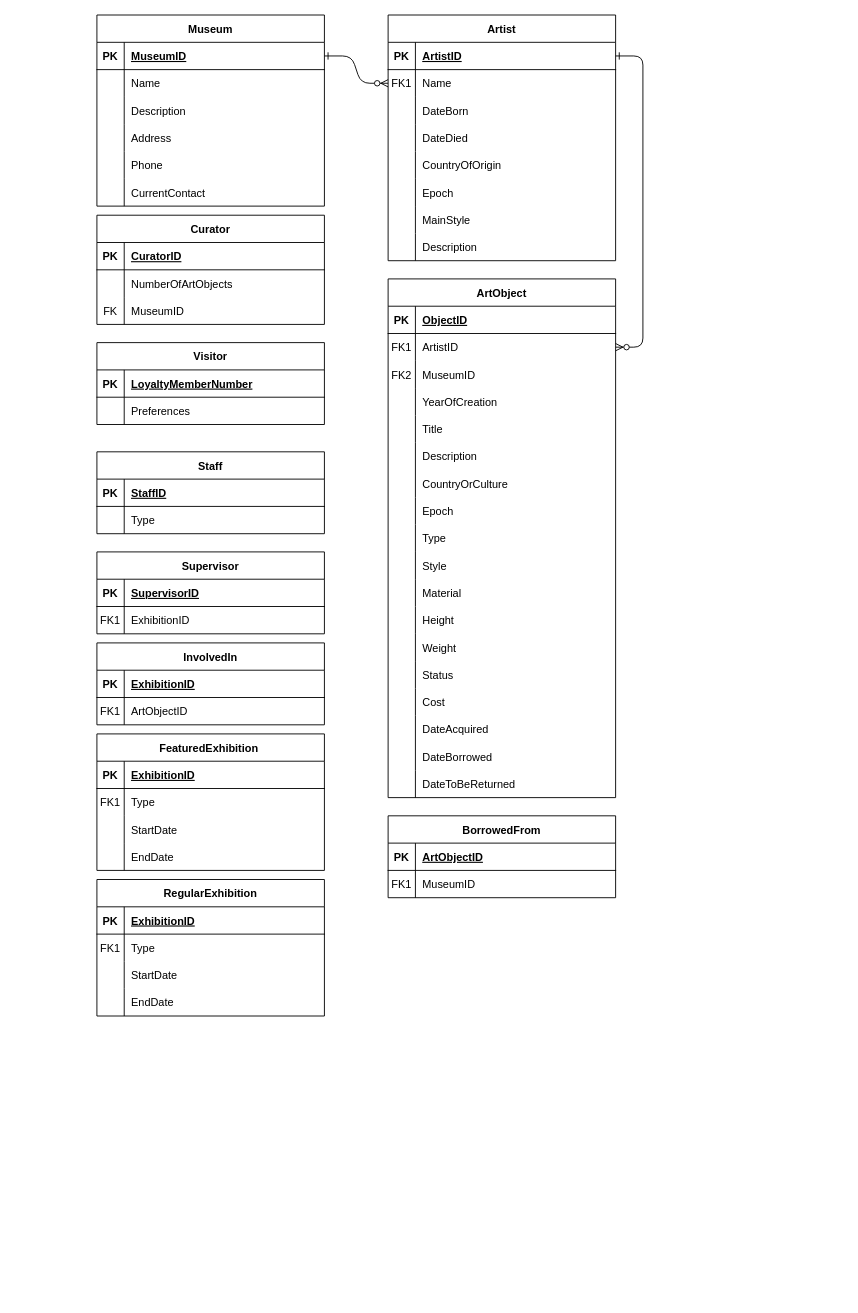
This is 未命名绘图.drawio from QingyangZeng-121/dat, a draw.io file, before an edit. Source tidied: cells renumbered, new cells numbered last; positions are measured from the earlier drawing's top-left corner, leaving out a move shared by most shapes. Both pictures are drawn from the tidied source at 91%, with x=0, y=0 at pixel (96, 15).
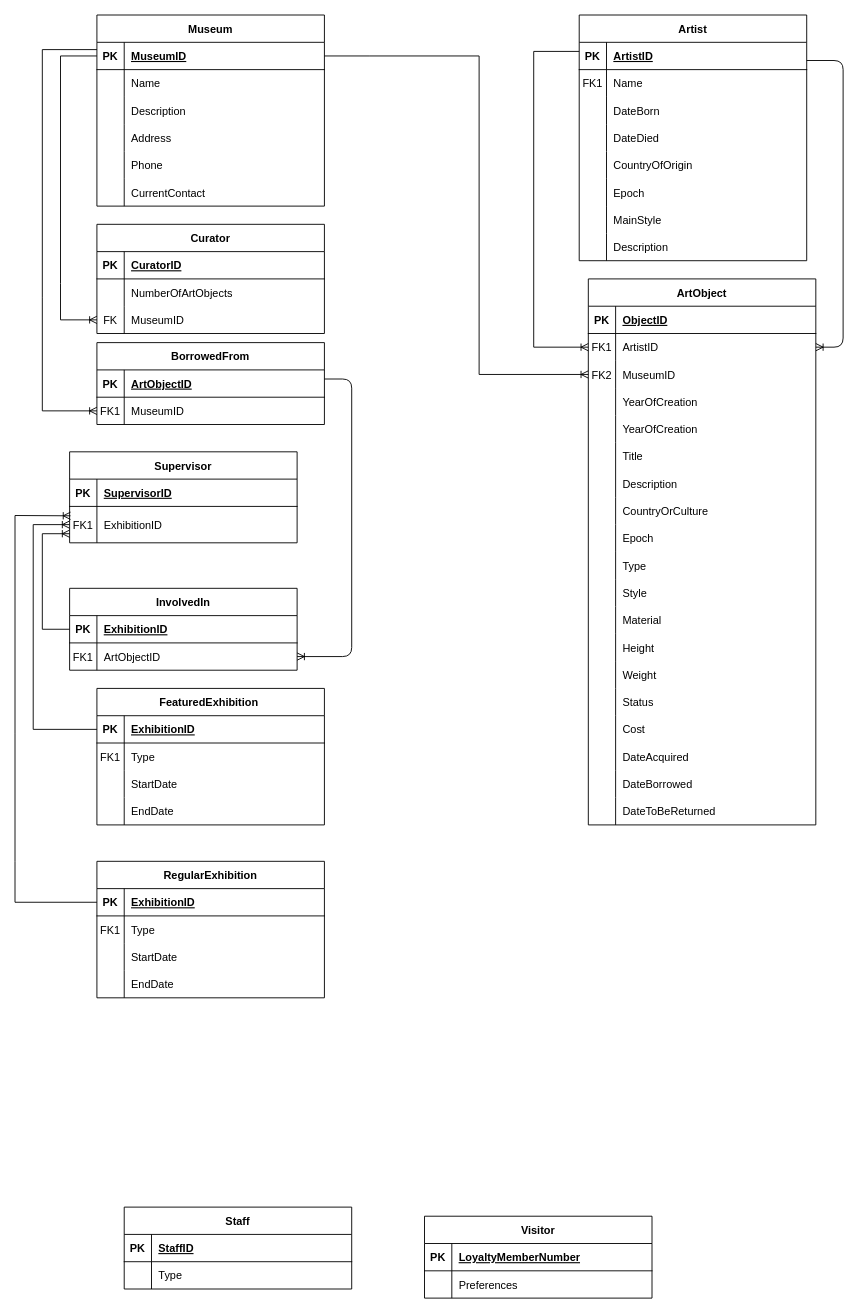
The same diagram, later.

Commit message:
更新未命名绘图.drawio

Unchanged cells that the change refers to:
```xml
<mxCell id="5" style="shape=partialRectangle;fillColor=none;points=[[0,0.5],[1,0.5]];portConstraint=eastwest;top=0;left=0;right=0;bottom=1;" parent="4" vertex="1">
  <mxGeometry y="30" width="250" height="30" as="geometry" />
</mxCell>
<mxCell id="8" style="shape=partialRectangle;fillColor=none;points=[[0,0.5],[1,0.5]];portConstraint=eastwest;top=0;left=0;right=0;bottom=0;" parent="4" vertex="1">
  <mxGeometry y="60" width="250" height="30" as="geometry" />
</mxCell>
<mxCell id="33" style="shape=partialRectangle;fillColor=none;points=[[0,0.5],[1,0.5]];portConstraint=eastwest;top=0;left=0;right=0;bottom=0;" parent="29" vertex="1">
  <mxGeometry y="60" width="250" height="30" as="geometry" />
</mxCell>
<mxCell id="36" style="shape=partialRectangle;fillColor=none;points=[[0,0.5],[1,0.5]];portConstraint=eastwest;top=0;left=0;right=0;bottom=0;" parent="29" vertex="1">
  <mxGeometry y="90" width="250" height="30" as="geometry" />
</mxCell>
<mxCell id="85" style="shape=partialRectangle;fillColor=none;points=[[0,0.5],[1,0.5]];portConstraint=eastwest;top=0;left=0;right=0;bottom=1;" parent="84" vertex="1">
  <mxGeometry y="30" width="250" height="30" as="geometry" />
</mxCell>
<mxCell id="110" style="shape=partialRectangle;fillColor=none;points=[[0,0.5],[1,0.5]];portConstraint=eastwest;top=0;left=0;right=0;bottom=0;" parent="103" vertex="1">
  <mxGeometry y="90" width="250" height="30" as="geometry" />
</mxCell>
<mxCell id="135" style="shape=partialRectangle;fillColor=none;points=[[0,0.5],[1,0.5]];portConstraint=eastwest;top=0;left=0;right=0;bottom=1;" parent="134" vertex="1">
  <mxGeometry y="30" width="250" height="30" as="geometry" />
</mxCell>
<mxCell id="138" style="shape=partialRectangle;fillColor=none;points=[[0,0.5],[1,0.5]];portConstraint=eastwest;top=0;left=0;right=0;bottom=0;" parent="134" vertex="1">
  <mxGeometry y="60" width="250" height="30" as="geometry" />
</mxCell>
<mxCell id="142" style="shape=partialRectangle;fillColor=none;points=[[0,0.5],[1,0.5]];portConstraint=eastwest;top=0;left=0;right=0;bottom=1;" parent="141" vertex="1">
  <mxGeometry y="30" width="250" height="30" as="geometry" />
</mxCell>
<mxCell id="155" style="shape=partialRectangle;fillColor=none;points=[[0,0.5],[1,0.5]];portConstraint=eastwest;top=0;left=0;right=0;bottom=1;" parent="154" vertex="1">
  <mxGeometry y="30" width="250" height="30" as="geometry" />
</mxCell>
<mxCell id="171" style="shape=partialRectangle;fillColor=none;points=[[0,0.5],[1,0.5]];portConstraint=eastwest;top=0;left=0;right=0;bottom=0;" parent="167" vertex="1">
  <mxGeometry y="60" width="250" height="30" as="geometry" />
</mxCell>
```

Diff of the diagram source:
```diff
@@
-    <mxCell id="2" style="edgeStyle=entityRelationEdgeStyle;endArrow=ERzeroToMany;startArrow=ERone;endFill=1;startFill=0;" parent="1" edge="1" source="85" target="8">
-      <mxGeometry relative="1" as="geometry" />
-    </mxCell>
-    <mxCell id="3" style="edgeStyle=entityRelationEdgeStyle;endArrow=ERzeroToMany;startArrow=ERone;endFill=1;startFill=0;" parent="1" edge="1" source="5" target="33">
-      <mxGeometry relative="1" as="geometry" />
-    </mxCell>
     <mxCell id="4" value="Artist" style="shape=table;startSize=30;childLayout=tableLayout;rowLines=0;fontStyle=1;align=center;" parent="1" vertex="1">
-      <mxGeometry x="320" width="250" height="270" as="geometry" />
+      <mxGeometry x="530" width="250" height="270" as="geometry" />
     </mxCell>
@@
     <mxCell id="29" value="ArtObject" style="shape=table;startSize=30;childLayout=tableLayout;rowLines=0;fontStyle=1;align=center;" parent="1" vertex="1">
-      <mxGeometry x="320" y="290" width="250" height="570" as="geometry" />
+      <mxGeometry x="540" y="290" width="250" height="600" as="geometry" />
     </mxCell>
@@
+    <mxCell id="174" style="shape=partialRectangle;fillColor=none;top=0;left=0;right=0;bottom=0;" parent="29" vertex="1">
+      <mxGeometry y="150" width="250" height="30" as="geometry" />
+    </mxCell>
+    <mxCell id="175" style="shape=partialRectangle;overflow=hidden;fillColor=none;top=0;left=0;bottom=0;right=0;" parent="174" vertex="1">
+      <mxGeometry width="30" height="30" as="geometry" />
+    </mxCell>
+    <mxCell id="176" value="YearOfCreation " style="shape=partialRectangle;overflow=hidden;fillColor=none;top=0;left=0;bottom=0;right=0;align=left;spacingLeft=6;" parent="174" vertex="1">
+      <mxGeometry x="30" width="220" height="30" as="geometry" />
+    </mxCell>
     <mxCell id="42" style="shape=partialRectangle;fillColor=none;top=0;left=0;right=0;bottom=0;" parent="29" vertex="1">
-      <mxGeometry y="150" width="250" height="30" as="geometry" />
+      <mxGeometry y="180" width="250" height="30" as="geometry" />
     </mxCell>
@@
     <mxCell id="45" style="shape=partialRectangle;fillColor=none;top=0;left=0;right=0;bottom=0;" parent="29" vertex="1">
-      <mxGeometry y="180" width="250" height="30" as="geometry" />
+      <mxGeometry y="210" width="250" height="30" as="geometry" />
     </mxCell>
@@
     <mxCell id="48" style="shape=partialRectangle;fillColor=none;top=0;left=0;right=0;bottom=0;" parent="29" vertex="1">
-      <mxGeometry y="210" width="250" height="30" as="geometry" />
+      <mxGeometry y="240" width="250" height="30" as="geometry" />
     </mxCell>
@@
     <mxCell id="51" style="shape=partialRectangle;fillColor=none;top=0;left=0;right=0;bottom=0;" parent="29" vertex="1">
-      <mxGeometry y="240" width="250" height="30" as="geometry" />
+      <mxGeometry y="270" width="250" height="30" as="geometry" />
     </mxCell>
@@
     <mxCell id="54" style="shape=partialRectangle;fillColor=none;top=0;left=0;right=0;bottom=0;" parent="29" vertex="1">
-      <mxGeometry y="270" width="250" height="30" as="geometry" />
+      <mxGeometry y="300" width="250" height="30" as="geometry" />
     </mxCell>
@@
     <mxCell id="57" style="shape=partialRectangle;fillColor=none;top=0;left=0;right=0;bottom=0;" parent="29" vertex="1">
-      <mxGeometry y="300" width="250" height="30" as="geometry" />
+      <mxGeometry y="330" width="250" height="30" as="geometry" />
     </mxCell>
@@
     <mxCell id="60" style="shape=partialRectangle;fillColor=none;top=0;left=0;right=0;bottom=0;" parent="29" vertex="1">
-      <mxGeometry y="330" width="250" height="30" as="geometry" />
+      <mxGeometry y="360" width="250" height="30" as="geometry" />
     </mxCell>
@@
     <mxCell id="63" style="shape=partialRectangle;fillColor=none;top=0;left=0;right=0;bottom=0;" parent="29" vertex="1">
-      <mxGeometry y="360" width="250" height="30" as="geometry" />
+      <mxGeometry y="390" width="250" height="30" as="geometry" />
     </mxCell>
@@
     <mxCell id="66" style="shape=partialRectangle;fillColor=none;top=0;left=0;right=0;bottom=0;" parent="29" vertex="1">
-      <mxGeometry y="390" width="250" height="30" as="geometry" />
+      <mxGeometry y="420" width="250" height="30" as="geometry" />
     </mxCell>
@@
     <mxCell id="69" style="shape=partialRectangle;fillColor=none;top=0;left=0;right=0;bottom=0;" parent="29" vertex="1">
-      <mxGeometry y="420" width="250" height="30" as="geometry" />
+      <mxGeometry y="450" width="250" height="30" as="geometry" />
     </mxCell>
@@
     <mxCell id="72" style="shape=partialRectangle;fillColor=none;top=0;left=0;right=0;bottom=0;" parent="29" vertex="1">
-      <mxGeometry y="450" width="250" height="30" as="geometry" />
+      <mxGeometry y="480" width="250" height="30" as="geometry" />
     </mxCell>
@@
     <mxCell id="75" style="shape=partialRectangle;fillColor=none;top=0;left=0;right=0;bottom=0;" parent="29" vertex="1">
-      <mxGeometry y="480" width="250" height="30" as="geometry" />
+      <mxGeometry y="510" width="250" height="30" as="geometry" />
     </mxCell>
@@
     <mxCell id="78" style="shape=partialRectangle;fillColor=none;top=0;left=0;right=0;bottom=0;" parent="29" vertex="1">
-      <mxGeometry y="510" width="250" height="30" as="geometry" />
+      <mxGeometry y="540" width="250" height="30" as="geometry" />
     </mxCell>
@@
     <mxCell id="81" style="shape=partialRectangle;fillColor=none;top=0;left=0;right=0;bottom=0;" parent="29" vertex="1">
-      <mxGeometry y="540" width="250" height="30" as="geometry" />
+      <mxGeometry y="570" width="250" height="30" as="geometry" />
     </mxCell>
@@
     <mxCell id="103" value="Curator" style="shape=table;startSize=30;childLayout=tableLayout;rowLines=0;fontStyle=1;align=center;" parent="1" vertex="1">
-      <mxGeometry y="220" width="250" height="120" as="geometry" />
+      <mxGeometry y="230" width="250" height="120" as="geometry" />
     </mxCell>
@@
     <mxCell id="113" value="Visitor" style="shape=table;startSize=30;childLayout=tableLayout;rowLines=0;fontStyle=1;align=center;" parent="1" vertex="1">
-      <mxGeometry y="360" width="250" height="90" as="geometry" />
+      <mxGeometry x="360" y="1320" width="250" height="90" as="geometry" />
     </mxCell>
@@
     <mxCell id="120" value="Staff" style="shape=table;startSize=30;childLayout=tableLayout;rowLines=0;fontStyle=1;align=center;" parent="1" vertex="1">
-      <mxGeometry y="480" width="250" height="90" as="geometry" />
+      <mxGeometry x="30" y="1310" width="250" height="90" as="geometry" />
     </mxCell>
@@
     <mxCell id="127" value="Supervisor" style="shape=table;startSize=30;childLayout=tableLayout;rowLines=0;fontStyle=1;align=center;" parent="1" vertex="1">
-      <mxGeometry y="590" width="250" height="90" as="geometry" />
+      <mxGeometry x="-30" y="480" width="250" height="100" as="geometry" />
     </mxCell>
@@
     <mxCell id="131" style="shape=partialRectangle;fillColor=none;points=[[0,0.5],[1,0.5]];portConstraint=eastwest;top=0;left=0;right=0;bottom=0;" parent="127" vertex="1">
-      <mxGeometry y="60" width="250" height="30" as="geometry" />
+      <mxGeometry y="60" width="250" height="40" as="geometry" />
     </mxCell>
     <mxCell id="132" value="FK1" style="shape=partialRectangle;overflow=hidden;fillColor=none;top=0;left=0;bottom=0;right=0;" parent="131" vertex="1">
-      <mxGeometry width="30" height="30" as="geometry" />
+      <mxGeometry width="30" height="40" as="geometry" />
     </mxCell>
     <mxCell id="133" value="ExhibitionID" style="shape=partialRectangle;overflow=hidden;fillColor=none;top=0;left=0;bottom=0;right=0;align=left;spacingLeft=6;" parent="131" vertex="1">
-      <mxGeometry x="30" width="220" height="30" as="geometry" />
+      <mxGeometry x="30" width="220" height="40" as="geometry" />
     </mxCell>
     <mxCell id="134" value="InvolvedIn" style="shape=table;startSize=30;childLayout=tableLayout;rowLines=0;fontStyle=1;align=center;" parent="1" vertex="1">
-      <mxGeometry y="690" width="250" height="90" as="geometry" />
+      <mxGeometry x="-30" y="630" width="250" height="90" as="geometry" />
     </mxCell>
@@
     <mxCell id="141" value="FeaturedExhibition " style="shape=table;startSize=30;childLayout=tableLayout;rowLines=0;fontStyle=1;align=center;" parent="1" vertex="1">
-      <mxGeometry y="790" width="250" height="150" as="geometry" />
+      <mxGeometry y="740" width="250" height="150" as="geometry" />
     </mxCell>
@@
     <mxCell id="154" value="RegularExhibition" style="shape=table;startSize=30;childLayout=tableLayout;rowLines=0;fontStyle=1;align=center;" parent="1" vertex="1">
-      <mxGeometry y="950" width="250" height="150" as="geometry" />
+      <mxGeometry y="930" width="250" height="150" as="geometry" />
     </mxCell>
@@
     <mxCell id="167" value="BorrowedFrom" style="shape=table;startSize=30;childLayout=tableLayout;rowLines=0;fontStyle=1;align=center;" parent="1" vertex="1">
-      <mxGeometry x="320" y="880" width="250" height="90" as="geometry" />
+      <mxGeometry y="360" width="250" height="90" as="geometry" />
     </mxCell>
@@
+    <mxCell id="177" style="edgeStyle=entityRelationEdgeStyle;endArrow=ERoneToMany;startArrow=none;endFill=0;startFill=0;" parent="1" edge="1" target="33">
+      <mxGeometry relative="1" as="geometry">
+        <mxPoint x="780" y="50" as="sourcePoint" />
+      </mxGeometry>
+    </mxCell>
+    <mxCell id="178" style="endArrow=ERoneToMany;html=1;rounded=0;labelBackgroundColor=default;strokeColor=default;align=center;verticalAlign=middle;fontFamily=Helvetica;fontSize=11;fontColor=default;shape=connector;entryX=0.004;entryY=0.258;entryDx=0;entryDy=0;exitX=0;exitY=0.5;exitDx=0;exitDy=0;endFill=0;entryPerimeter=0;" parent="1" edge="1" source="155" target="131">
+      <mxGeometry relative="1" as="geometry">
+        <Array as="points">
+          <mxPoint x="-90" y="975" />
+          <mxPoint x="-90" y="930" />
+          <mxPoint x="-90" y="790" />
+          <mxPoint x="-90" y="550" />
+        </Array>
+      </mxGeometry>
+    </mxCell>
+    <mxCell id="179" style="endArrow=ERoneToMany;html=1;rounded=0;labelBackgroundColor=default;strokeColor=default;align=center;verticalAlign=middle;fontFamily=Helvetica;fontSize=11;fontColor=default;shape=connector;exitX=0;exitY=0.5;exitDx=0;exitDy=0;endFill=0;entryX=0;entryY=0.5;entryDx=0;entryDy=0;" parent="1" edge="1" source="142" target="131">
+      <mxGeometry relative="1" as="geometry">
+        <Array as="points">
+          <mxPoint x="-70" y="785" />
+          <mxPoint x="-70" y="560" />
+        </Array>
+      </mxGeometry>
+    </mxCell>
+    <mxCell id="180" style="endArrow=none;html=1;rounded=0;labelBackgroundColor=default;strokeColor=default;align=center;verticalAlign=middle;fontFamily=Helvetica;fontSize=11;fontColor=default;shape=connector;exitX=0;exitY=0.5;exitDx=0;exitDy=0;endFill=0;entryX=0;entryY=0.5;entryDx=0;entryDy=0;startArrow=ERoneToMany;startFill=0;" parent="1" edge="1" source="110" target="85">
+      <mxGeometry relative="1" as="geometry">
+        <Array as="points">
+          <mxPoint x="-40" y="335" />
+          <mxPoint x="-40" y="295" />
+          <mxPoint x="-40" y="45" />
+        </Array>
+      </mxGeometry>
+    </mxCell>
+    <mxCell id="181" style="endArrow=none;html=1;rounded=0;labelBackgroundColor=default;strokeColor=default;align=center;verticalAlign=middle;fontFamily=Helvetica;fontSize=11;fontColor=default;shape=connector;exitX=0;exitY=0.5;exitDx=0;exitDy=0;endFill=0;startArrow=ERoneToMany;startFill=0;" parent="1" edge="1" source="33">
+      <mxGeometry relative="1" as="geometry">
+        <mxPoint x="530" y="40" as="targetPoint" />
+        <Array as="points">
+          <mxPoint x="480" y="365" />
+          <mxPoint x="480" y="40" />
+        </Array>
+      </mxGeometry>
+    </mxCell>
+    <mxCell id="182" style="endArrow=none;html=1;rounded=0;labelBackgroundColor=default;strokeColor=default;align=center;verticalAlign=middle;fontFamily=Helvetica;fontSize=11;fontColor=default;shape=connector;exitX=0;exitY=0.5;exitDx=0;exitDy=0;endFill=0;startArrow=ERoneToMany;startFill=0;entryX=1;entryY=0.5;entryDx=0;entryDy=0;" parent="1" edge="1" source="36" target="85">
+      <mxGeometry relative="1" as="geometry">
+        <Array as="points">
+          <mxPoint x="420" y="395" />
+          <mxPoint x="420" y="45" />
+          <mxPoint x="300" y="45" />
+        </Array>
+      </mxGeometry>
+    </mxCell>
+    <mxCell id="183" style="endArrow=none;html=1;rounded=0;labelBackgroundColor=default;strokeColor=default;align=center;verticalAlign=middle;fontFamily=Helvetica;fontSize=11;fontColor=default;shape=connector;exitX=0;exitY=0.5;exitDx=0;exitDy=0;endFill=0;startArrow=ERoneToMany;startFill=0;" parent="1" edge="1" source="171">
+      <mxGeometry relative="1" as="geometry">
+        <mxPoint y="38" as="targetPoint" />
+        <Array as="points">
+          <mxPoint x="-60" y="435" />
+          <mxPoint x="-60" y="310" />
+          <mxPoint x="-60" y="38" />
+        </Array>
+      </mxGeometry>
+    </mxCell>
+    <mxCell id="184" style="edgeStyle=entityRelationEdgeStyle;endArrow=ERoneToMany;startArrow=none;endFill=0;startFill=0;entryX=1;entryY=0.5;entryDx=0;entryDy=0;" parent="1" edge="1" target="138">
+      <mxGeometry relative="1" as="geometry">
+        <mxPoint x="250" y="400" as="sourcePoint" />
+        <Array as="points">
+          <mxPoint x="290" y="670" />
+        </Array>
+      </mxGeometry>
+    </mxCell>
+    <mxCell id="185" style="endArrow=ERoneToMany;html=1;rounded=0;labelBackgroundColor=default;strokeColor=default;align=center;verticalAlign=middle;fontFamily=Helvetica;fontSize=11;fontColor=default;shape=connector;exitX=0;exitY=0.5;exitDx=0;exitDy=0;endFill=0;" parent="1" edge="1" source="135">
+      <mxGeometry relative="1" as="geometry">
+        <mxPoint x="-30" y="570" as="targetPoint" />
+        <Array as="points">
+          <mxPoint x="-60" y="675" />
+          <mxPoint x="-60" y="570" />
+        </Array>
+      </mxGeometry>
+    </mxCell>
```
